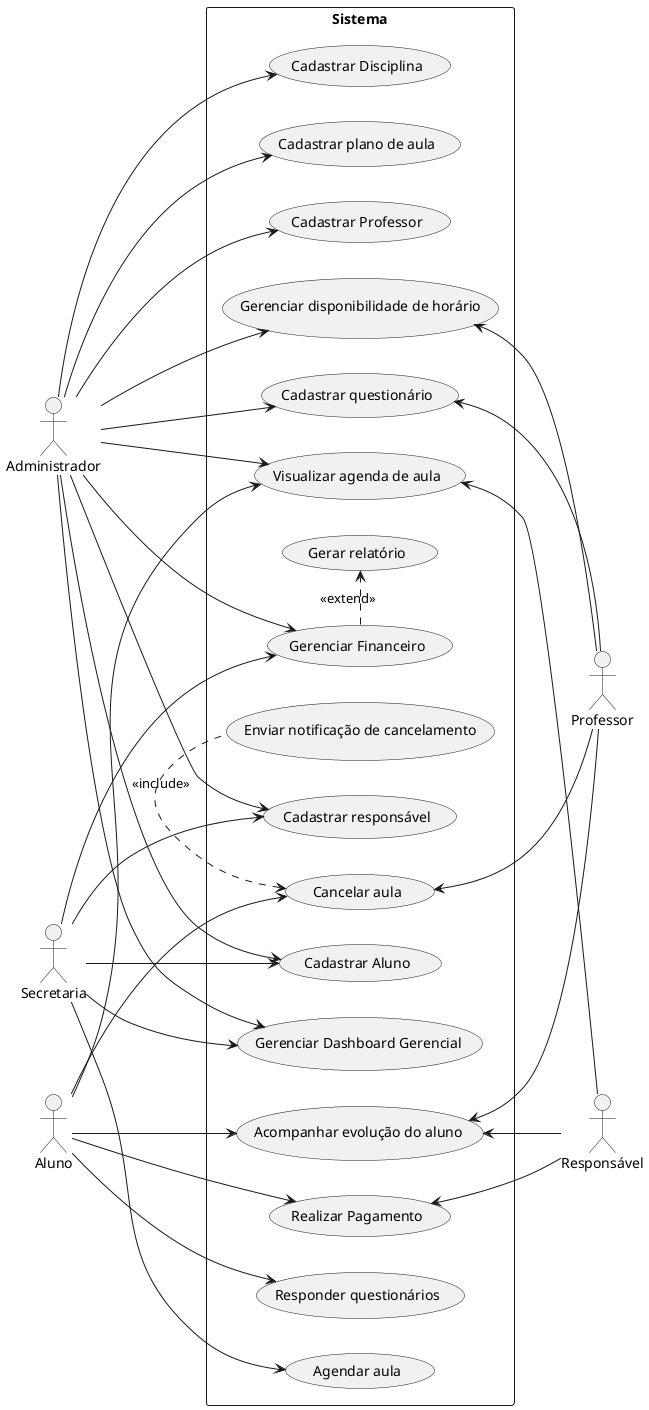
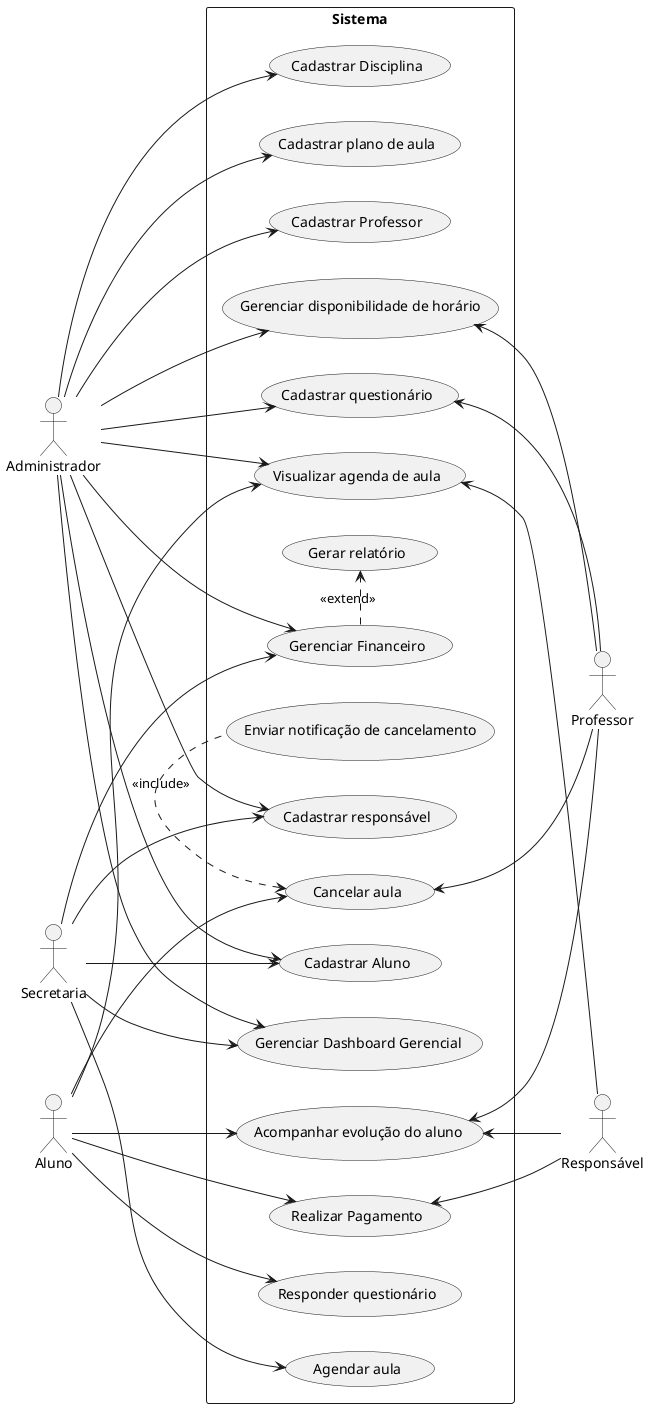
@startuml usecases
left to right direction

' --- ATORES ---
' Atores do lado esquerdo
actor "Administrador" as Admin
actor "Professor" as Professor

' Ator Superior e Inferior
actor "Aluno" as Aluno
actor "Responsável" as Responsavel

' Ator do lado direito
actor "Secretaria" as Secretaria

' --- LIMITE DO SISTEMA ---
rectangle "Sistema" {

    ' Casos de Uso - Coluna Esquerda
    usecase "Realizar Pagamento" as UC1
    usecase "Acompanhar evolução do aluno" as UC2
    usecase "Agendar aula" as UC3
    usecase "Visualizar agenda de aula" as UC4
    usecase "Cadastrar Disciplina" as UC5
    usecase "Cadastrar plano de aula" as UC6

    ' Casos de Uso - Coluna Centro/Direita
    usecase "Cadastrar responsável" as UC7
    usecase "Cadastrar Aluno" as UC8
    usecase "Cadastrar Professor" as UC9
    usecase "Gerenciar Financeiro" as UC10
    usecase "Gerenciar Dashboard Gerencial" as UC11
-     usecase "Responder questionários" as UC12
+     usecase "Responder questionário" as UC12
    usecase "Gerenciar disponibilidade de horário" as UC13
    usecase "Cadastrar questionário" as UC14
    usecase "Cancelar aula" as UC15

    ' Casos de uso avulsos que recebem setas tracejadas (includes/extends)
    usecase "Enviar notificação de cancelamento" as UCAuxA
    usecase "Gerar relatório" as UCAuxB

}

' --- RELACIONAMENTOS (ASSOCIAÇÕES) ---
' Nota: As linhas abaixo simulam os traços principais vistos na imagem.
' Ajuste conforme a necessidade real do seu diagrama.

Responsavel --> UC1
UC2 <-- Responsavel
UC4 <-- Responsavel

Aluno --> UC1
Aluno --> UC2
Aluno --> UC4
Aluno --> UC12
Aluno --> UC15

UC2  <-- Professor
UC13 <-- Professor
UC14 <-- Professor
UC15 <-- Professor

Secretaria --> UC3
Secretaria --> UC7
Secretaria --> UC8
Secretaria --> UC10
Secretaria --> UC11

Admin --> UC4
Admin --> UC5
Admin --> UC6
Admin --> UC7
Admin --> UC8
Admin --> UC9
Admin --> UC10
Admin --> UC11
Admin --> UC13
Admin --> UC14

' --- RELACIONAMENTOS ESPECIAIS (INCLUDE / EXTEND) ---
' Representam as setas tracejadas com << ... >> na sua imagem
UC15 <. UCAuxA : <<include>>
UC10 .> UCAuxB : <<extend>>

' --- GENERALIZAÇÃO DE ATORES (Se houver) ---
' Há setas com triângulos vazios na imagem que parecem ligar atores,
' ou atores a casos de uso. Caso um ator herde de outro, use a sintaxe abaixo:
' AtorEsq2 --|> AtorEsq1

@enduml